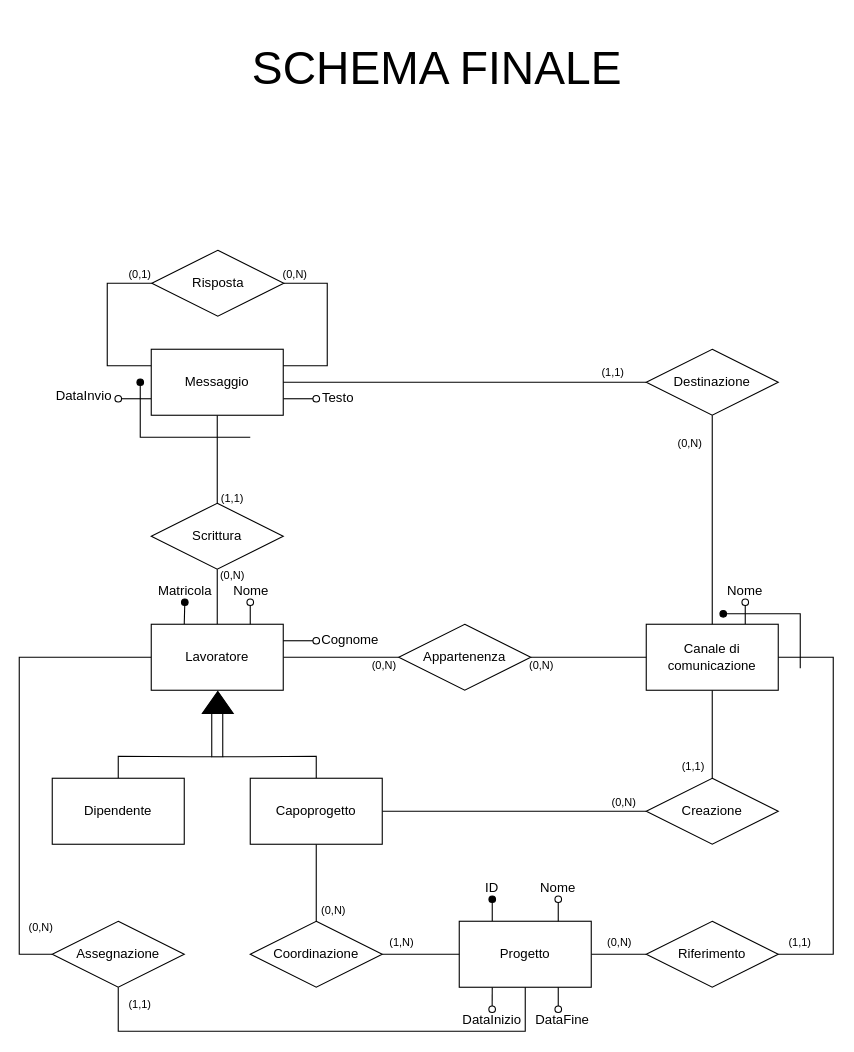
Earlier version of the draw.io diagram page "schema-finale" (4 of 4) of Relazione/Schema ER/scheletro.drawio (martafra/BD-Chat-Multicanale). Source tidied: cells renumbered, new cells numbered last; positions are measured from the earlier drawing's top-left corner, leaving out a move shared by most shapes. Both pictures are drawn from the tidied source at 110%, with x=0, y=0 at pixel (19, 19).
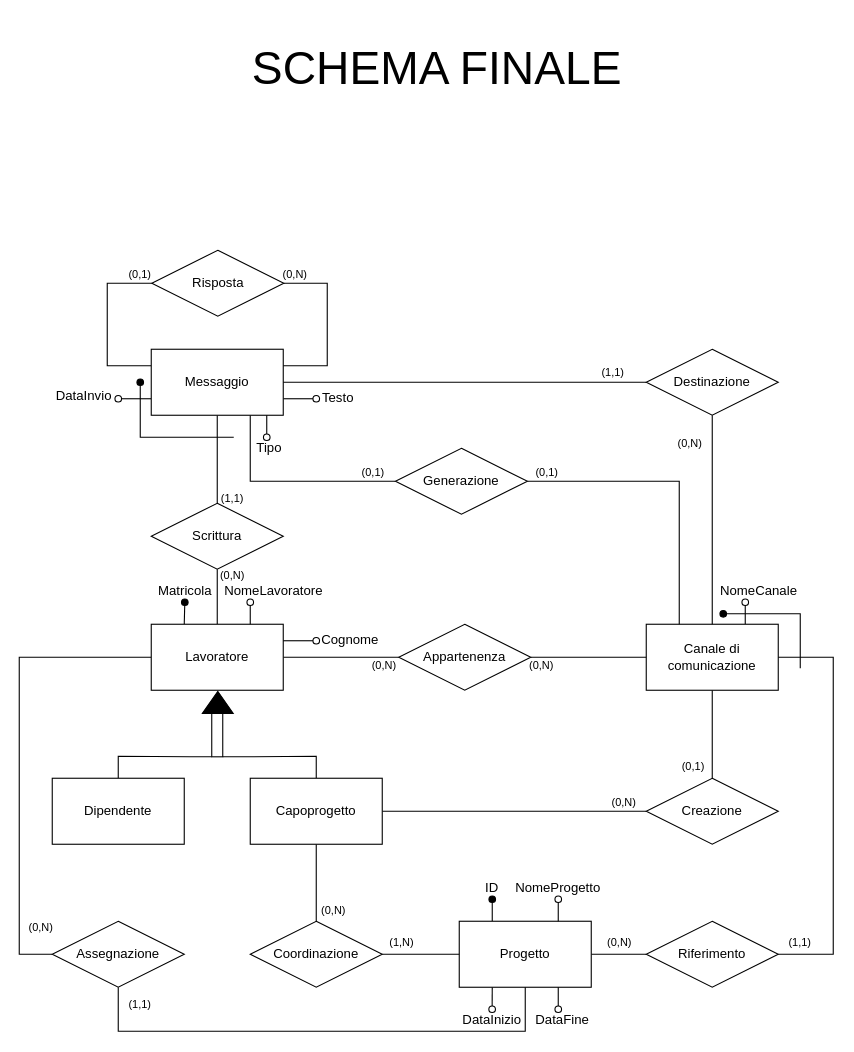
The same diagram, later.

Unchanged cells that the change refers to:
```xml
<mxCell id="7" value="Canale di comunicazione" style="rounded=0;whiteSpace=wrap;html=1;" parent="1" vertex="1">
  <mxGeometry x="570" y="550" width="120" height="60" as="geometry" />
</mxCell>
<mxCell id="12" value="Messaggio" style="rounded=0;whiteSpace=wrap;html=1;" parent="1" vertex="1">
  <mxGeometry x="120" y="300" width="120" height="60" as="geometry" />
</mxCell>
```

The edit, as a diff of the source:
```diff
@@
+    <mxCell id="75" style="edgeStyle=orthogonalEdgeStyle;rounded=0;jettySize=auto;html=1;exitX=0.75;exitY=1;exitDx=0;exitDy=0;entryX=0;entryY=0.5;entryDx=0;entryDy=0;endArrow=none;endFill=0;startArrow=none;startFill=0;" parent="1" edge="1" source="12" target="77">
+      <mxGeometry relative="1" as="geometry" />
+    </mxCell>
@@
-    <mxCell id="46" value="Nome" style="text;html=1;strokeColor=none;fillColor=none;align=center;verticalAlign=middle;whiteSpace=wrap;rounded=0;" parent="1" vertex="1">
-      <mxGeometry x="190.5" y="510" width="40" height="20" as="geometry" />
+    <mxCell id="46" value="NomeLavoratore" style="text;html=1;strokeColor=none;fillColor=none;align=center;verticalAlign=middle;whiteSpace=wrap;rounded=0;" parent="1" vertex="1">
+      <mxGeometry x="183.5" y="510" width="94.5" height="20" as="geometry" />
     </mxCell>
@@
-    <mxCell id="51" value="Nome" style="text;html=1;strokeColor=none;fillColor=none;align=center;verticalAlign=middle;whiteSpace=wrap;rounded=0;" parent="1" vertex="1">
+    <mxCell id="51" value="NomeProgetto" style="text;html=1;strokeColor=none;fillColor=none;align=center;verticalAlign=middle;whiteSpace=wrap;rounded=0;" parent="1" vertex="1">
       <mxGeometry x="470" y="780" width="40" height="20" as="geometry" />
     </mxCell>
@@
     <mxCell id="55" style="edgeStyle=orthogonalEdgeStyle;rounded=0;orthogonalLoop=1;jettySize=auto;html=1;endArrow=oval;endFill=1;" parent="1" edge="1">
       <mxGeometry relative="1" as="geometry">
-        <mxPoint x="210" y="380" as="sourcePoint" />
+        <mxPoint x="195" y="380" as="sourcePoint" />
         <mxPoint x="110" y="330" as="targetPoint" />
         <Array as="points">
-          <mxPoint x="210" y="380" />
           <mxPoint x="110" y="380" />
         </Array>
       </mxGeometry>
     </mxCell>
@@
-    <mxCell id="57" value="Nome" style="text;html=1;strokeColor=none;fillColor=none;align=center;verticalAlign=middle;whiteSpace=wrap;rounded=0;" parent="1" vertex="1">
-      <mxGeometry x="640" y="510" width="40" height="20" as="geometry" />
+    <mxCell id="57" value="NomeCanale" style="text;html=1;strokeColor=none;fillColor=none;align=center;verticalAlign=middle;whiteSpace=wrap;rounded=0;" parent="1" vertex="1">
+      <mxGeometry x="640" y="510" width="65" height="20" as="geometry" />
     </mxCell>
@@
-    <mxCell id="68" value="(1,1)" style="text;html=1;strokeColor=none;fillColor=none;align=center;verticalAlign=middle;whiteSpace=wrap;rounded=0;fontSize=10;" parent="1" vertex="1">
+    <mxCell id="68" value="(0,1)" style="text;html=1;strokeColor=none;fillColor=none;align=center;verticalAlign=middle;whiteSpace=wrap;rounded=0;fontSize=10;" parent="1" vertex="1">
       <mxGeometry x="603" y="674" width="20" height="10" as="geometry" />
     </mxCell>
@@
+    <mxCell id="76" style="edgeStyle=orthogonalEdgeStyle;rounded=0;jettySize=auto;html=1;exitX=1;exitY=0.5;exitDx=0;exitDy=0;entryX=0.25;entryY=0;entryDx=0;entryDy=0;endArrow=none;endFill=0;" parent="1" edge="1" source="77" target="7">
+      <mxGeometry relative="1" as="geometry" />
+    </mxCell>
+    <mxCell id="77" value="Generazione" style="shape=rhombus;perimeter=rhombusPerimeter;whiteSpace=wrap;html=1;align=center;" parent="1" vertex="1">
+      <mxGeometry x="342" y="390" width="120" height="60" as="geometry" />
+    </mxCell>
+    <mxCell id="78" style="edgeStyle=orthogonalEdgeStyle;rounded=0;jettySize=auto;html=1;exitX=0.875;exitY=1;exitDx=0;exitDy=0;endArrow=oval;endFill=0;exitPerimeter=0;" parent="1" edge="1" source="12">
+      <mxGeometry relative="1" as="geometry">
+        <mxPoint x="225" y="380" as="targetPoint" />
+      </mxGeometry>
+    </mxCell>
+    <mxCell id="79" value="Tipo" style="text;html=1;strokeColor=none;fillColor=none;align=center;verticalAlign=middle;whiteSpace=wrap;rounded=0;" parent="1" vertex="1">
+      <mxGeometry x="215" y="380" width="25" height="20" as="geometry" />
+    </mxCell>
+    <mxCell id="80" value="(0,1)" style="text;html=1;strokeColor=none;fillColor=none;align=center;verticalAlign=middle;whiteSpace=wrap;rounded=0;fontSize=10;" parent="1" vertex="1">
+      <mxGeometry x="312" y="407" width="20" height="10" as="geometry" />
+    </mxCell>
+    <mxCell id="81" value="(0,1)" style="text;html=1;strokeColor=none;fillColor=none;align=center;verticalAlign=middle;whiteSpace=wrap;rounded=0;fontSize=10;" parent="1" vertex="1">
+      <mxGeometry x="470" y="407" width="20" height="10" as="geometry" />
+    </mxCell>
```
